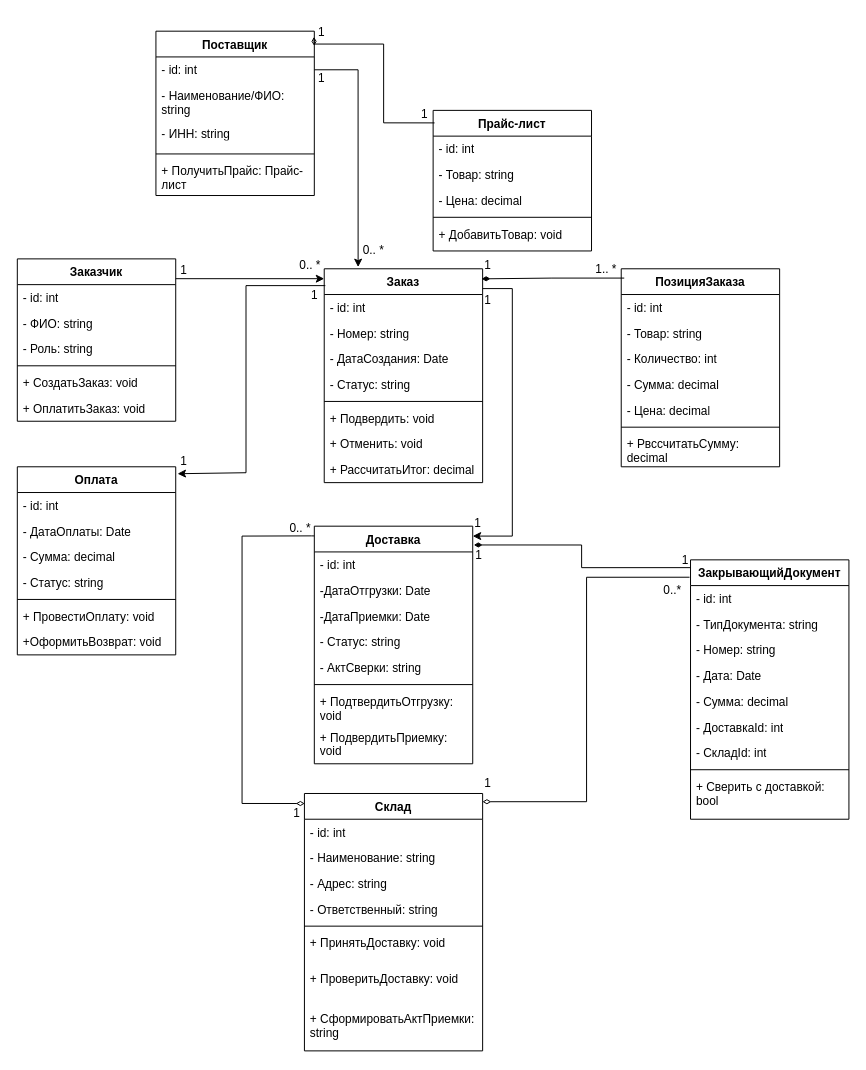
Before: классов.drawio in Dasha-Angel/course-paper, a draw.io diagram. Source tidied: cells renumbered, new cells numbered last; positions are measured from the earlier drawing's top-left corner, leaving out a move shared by most shapes. Both pictures are drawn from the tidied source at 99%, with x=0, y=0 at pixel (17, 17).
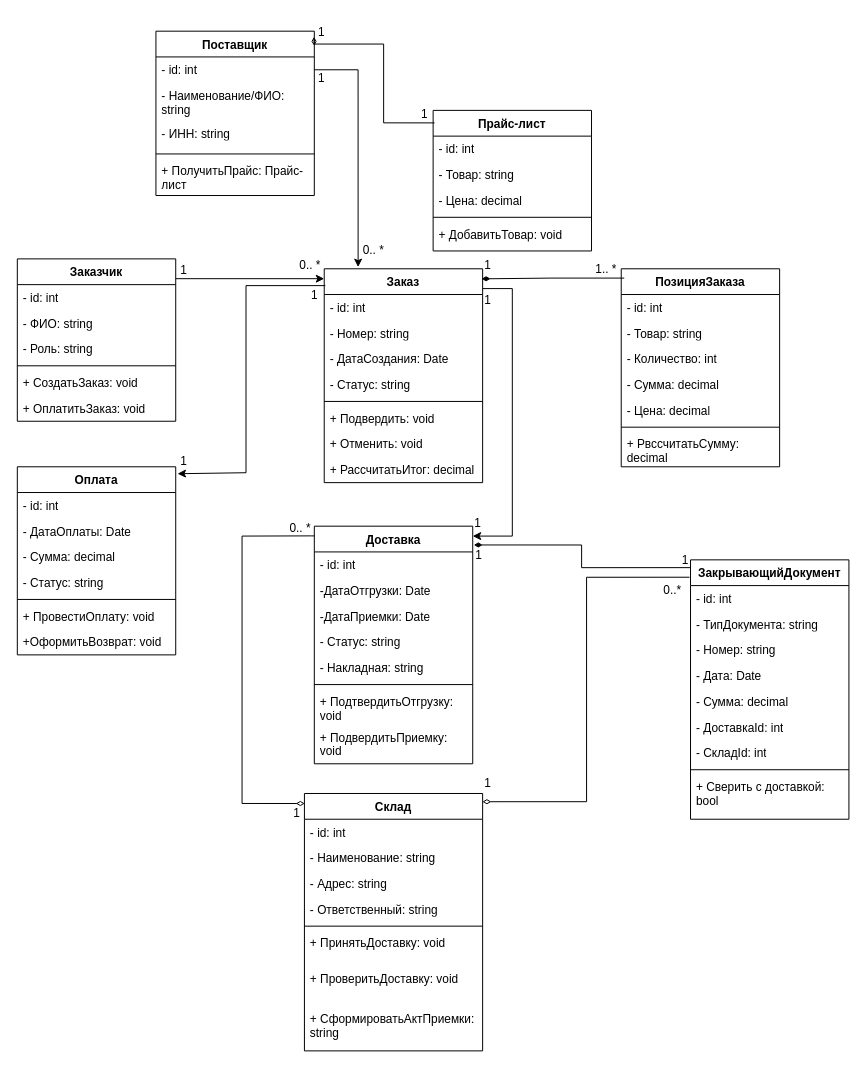
The same diagram, later.

Unchanged cells that the change refers to:
```xml
<mxCell id="38" value="Доставка" style="swimlane;fontStyle=1;align=center;verticalAlign=top;horizontal=1;startSize=26;whiteSpace=wrap;html=1;" parent="1" vertex="1">
  <mxGeometry x="300" y="514" width="160" height="240" as="geometry" />
</mxCell>
```

The edit, as a diff of the source:
```diff
@@
-    <mxCell id="43" value="- АктСверки: string" style="text;strokeColor=none;fillColor=none;align=left;verticalAlign=top;spacingLeft=4;spacingRight=4;overflow=hidden;whiteSpace=wrap;html=1;" parent="38" vertex="1">
+    <mxCell id="43" value="- Накладная: string" style="text;strokeColor=none;fillColor=none;align=left;verticalAlign=top;spacingLeft=4;spacingRight=4;overflow=hidden;whiteSpace=wrap;html=1;" parent="38" vertex="1">
       <mxGeometry y="130" width="160" height="26" as="geometry" />
     </mxCell>
```
